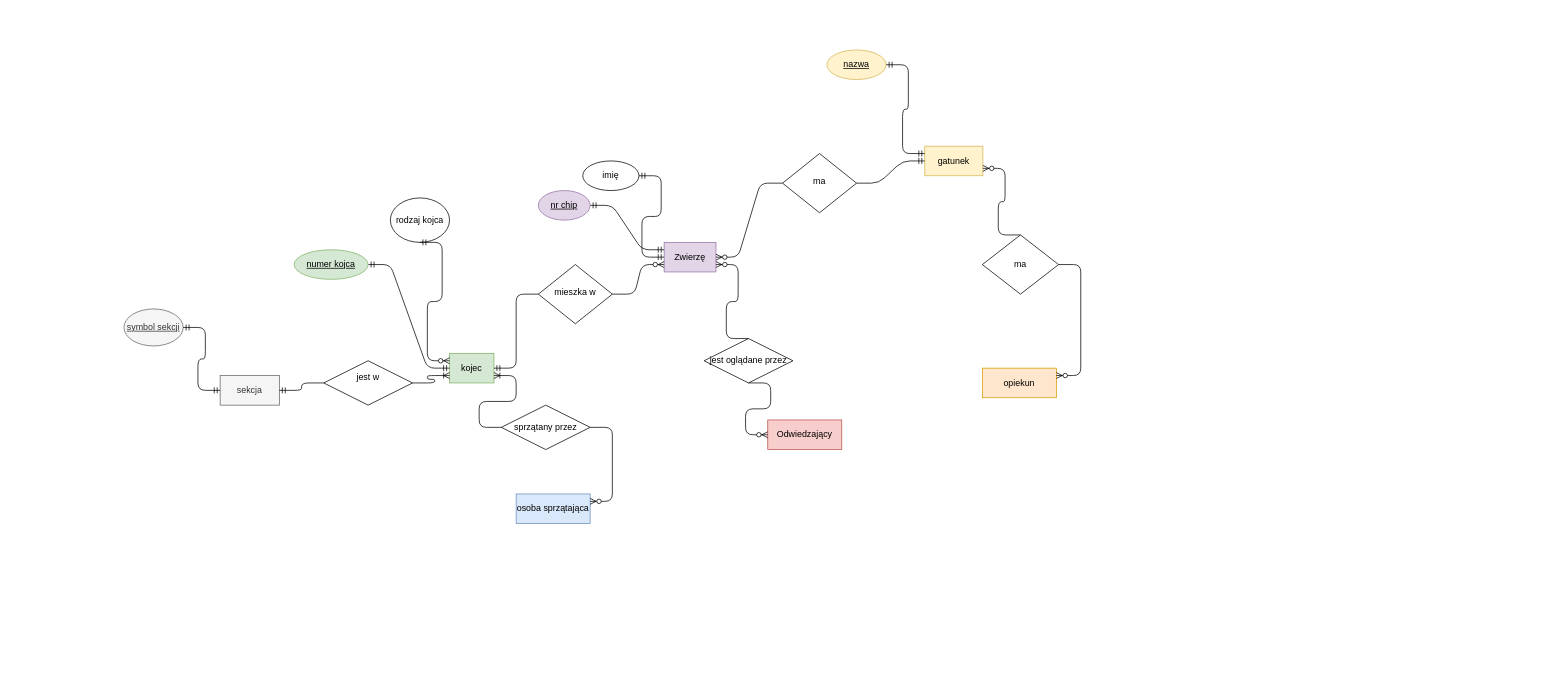
Taviii/RBD keeps this draw.io diagram as zooerd.drawio. Above is the earlier version. Source tidied: cells renumbered, new cells numbered last; positions are measured from the earlier drawing's top-left corner, leaving out a move shared by most shapes. Both pictures are drawn from the tidied source at 74%, with x=0, y=0 at pixel (124, 50).
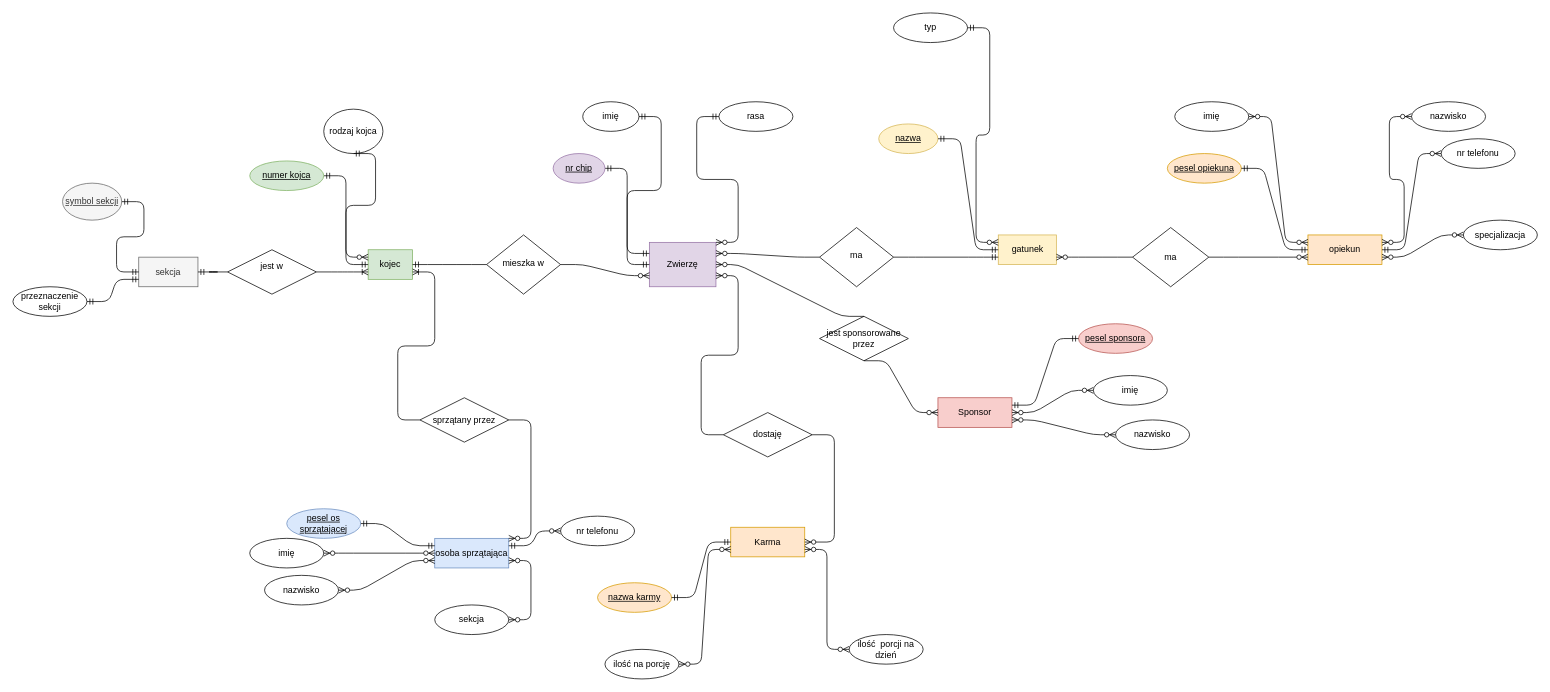
After the change.

Diff of the diagram source:
```diff
@@
     <mxCell id="2" value="mieszka w " style="rhombus;whiteSpace=wrap;html=1;shadow=0;fontFamily=Helvetica;fontSize=12;align=center;strokeWidth=1;spacing=6;spacingTop=-4;" parent="1" vertex="1">
-      <mxGeometry x="560" y="290" width="100" height="80" as="geometry" />
+      <mxGeometry x="490" y="250" width="100" height="80" as="geometry" />
     </mxCell>
     <mxCell id="3" value="ma" style="rhombus;whiteSpace=wrap;html=1;shadow=0;fontFamily=Helvetica;fontSize=12;align=center;strokeWidth=1;spacing=6;spacingTop=-4;" parent="1" vertex="1">
-      <mxGeometry x="890" y="140" width="100" height="80" as="geometry" />
+      <mxGeometry x="940" y="240" width="100" height="80" as="geometry" />
     </mxCell>
     <mxCell id="4" value="ma" style="rhombus;whiteSpace=wrap;html=1;" parent="1" vertex="1">
-      <mxGeometry x="1160" y="250" width="103" height="80" as="geometry" />
+      <mxGeometry x="1363" y="240" width="103" height="80" as="geometry" />
     </mxCell>
     <mxCell id="5" value="Zwierzę" style="rounded=0;whiteSpace=wrap;html=1;fillColor=#e1d5e7;strokeColor=#9673a6;" parent="1" vertex="1">
-      <mxGeometry x="730" y="260" width="70" height="40" as="geometry" />
+      <mxGeometry x="710" y="260" width="90" height="60" as="geometry" />
     </mxCell>
     <mxCell id="6" value="kojec" style="rounded=0;whiteSpace=wrap;html=1;fillColor=#d5e8d4;strokeColor=#82b366;" parent="1" vertex="1">
-      <mxGeometry x="440" y="410" width="60" height="40" as="geometry" />
+      <mxGeometry x="330" y="270" width="60" height="40" as="geometry" />
     </mxCell>
@@
     <mxCell id="8" value="sekcja" style="rounded=0;whiteSpace=wrap;html=1;fillColor=#f5f5f5;strokeColor=#666666;fontColor=#333333;" parent="1" vertex="1">
-      <mxGeometry x="130" y="440" width="80" height="40" as="geometry" />
+      <mxGeometry x="20" y="280" width="80" height="40" as="geometry" />
     </mxCell>
@@
     <mxCell id="10" value="imię" style="ellipse;whiteSpace=wrap;html=1;" parent="1" vertex="1">
-      <mxGeometry x="620" y="150" width="76" height="40" as="geometry" />
+      <mxGeometry x="620" y="70" width="76" height="40" as="geometry" />
     </mxCell>
@@
     <mxCell id="14" value="rodzaj kojca" style="ellipse;whiteSpace=wrap;html=1;" parent="1" vertex="1">
-      <mxGeometry x="360" y="200" width="80" height="60" as="geometry" />
+      <mxGeometry x="270" y="80" width="80" height="60" as="geometry" />
     </mxCell>
     <mxCell id="15" value="gatunek" style="rounded=0;whiteSpace=wrap;html=1;fillColor=#fff2cc;strokeColor=#d6b656;" parent="1" vertex="1">
-      <mxGeometry x="1082.2" y="130" width="78.5" height="40" as="geometry" />
+      <mxGeometry x="1181.5" y="250" width="78.5" height="40" as="geometry" />
     </mxCell>
-    <mxCell id="16" style="edgeStyle=entityRelationEdgeStyle;fontSize=12;html=1;endArrow=ERzeroToMany;endFill=1;entryX=1;entryY=0.5;entryDx=0;entryDy=0;exitX=0;exitY=0.5;exitDx=0;exitDy=0;" parent="1" edge="1" source="3" target="5">
+    <mxCell id="16" style="edgeStyle=entityRelationEdgeStyle;fontSize=12;html=1;endArrow=ERzeroToMany;endFill=1;exitX=0;exitY=0.5;exitDx=0;exitDy=0;entryX=1;entryY=0.25;entryDx=0;entryDy=0;" parent="1" edge="1" source="3" target="5">
       <mxGeometry relative="1" as="geometry" />
     </mxCell>
-    <mxCell id="17" style="edgeStyle=entityRelationEdgeStyle;fontSize=12;html=1;endArrow=ERzeroToMany;endFill=1;exitX=0.5;exitY=0;exitDx=0;exitDy=0;entryX=1;entryY=0.75;entryDx=0;entryDy=0;" parent="1" edge="1" source="4" target="15">
+    <mxCell id="17" style="edgeStyle=entityRelationEdgeStyle;fontSize=12;html=1;endArrow=ERzeroToMany;endFill=1;exitX=0;exitY=0.5;exitDx=0;exitDy=0;entryX=1;entryY=0.75;entryDx=0;entryDy=0;" parent="1" edge="1" source="4" target="15">
       <mxGeometry relative="1" as="geometry" />
     </mxCell>
     <mxCell id="18" value="&lt;div&gt;jest w&lt;/div&gt;&lt;div&gt;&lt;br&gt;&lt;/div&gt;" style="shape=rhombus;perimeter=rhombusPerimeter;whiteSpace=wrap;html=1;align=center;" parent="1" vertex="1">
-      <mxGeometry x="270" y="420" width="120" height="60" as="geometry" />
+      <mxGeometry x="140" y="270" width="120" height="60" as="geometry" />
     </mxCell>
     <mxCell id="19" value="opiekun" style="whiteSpace=wrap;html=1;align=center;fillColor=#ffe6cc;strokeColor=#d79b00;" parent="1" vertex="1">
-      <mxGeometry x="1160" y="430" width="100" height="40" as="geometry" />
+      <mxGeometry x="1600" y="250" width="100" height="40" as="geometry" />
     </mxCell>
-    <mxCell id="20" value="Odwiedzający" style="whiteSpace=wrap;html=1;align=center;fillColor=#f8cecc;strokeColor=#b85450;" parent="1" vertex="1">
-      <mxGeometry x="870" y="500" width="100" height="40" as="geometry" />
+    <mxCell id="20" value="Sponsor" style="whiteSpace=wrap;html=1;align=center;fillColor=#f8cecc;strokeColor=#b85450;" parent="1" vertex="1">
+      <mxGeometry x="1100" y="470" width="100" height="40" as="geometry" />
     </mxCell>
     <mxCell id="21" value="osoba sprzątająca" style="whiteSpace=wrap;html=1;align=center;fillColor=#dae8fc;strokeColor=#6c8ebf;" parent="1" vertex="1">
-      <mxGeometry x="530" y="600" width="100" height="40" as="geometry" />
+      <mxGeometry x="420" y="660" width="100" height="40" as="geometry" />
     </mxCell>
     <mxCell id="22" value="sprzątany przez" style="shape=rhombus;perimeter=rhombusPerimeter;whiteSpace=wrap;html=1;align=center;" parent="1" vertex="1">
-      <mxGeometry x="510" y="480" width="120" height="60" as="geometry" />
+      <mxGeometry x="400" y="470" width="120" height="60" as="geometry" />
     </mxCell>
@@
-    <mxCell id="24" style="edgeStyle=entityRelationEdgeStyle;fontSize=12;html=1;endArrow=ERzeroToMany;endFill=1;exitX=1;exitY=0.5;exitDx=0;exitDy=0;entryX=1;entryY=0.25;entryDx=0;entryDy=0;" parent="1" edge="1" source="22" target="21">
+    <mxCell id="24" style="edgeStyle=entityRelationEdgeStyle;fontSize=12;html=1;endArrow=ERzeroToMany;endFill=1;exitX=1;exitY=0.5;exitDx=0;exitDy=0;entryX=1;entryY=0;entryDx=0;entryDy=0;" parent="1" edge="1" source="22" target="21">
       <mxGeometry relative="1" as="geometry" />
     </mxCell>
-    <mxCell id="25" style="edgeStyle=entityRelationEdgeStyle;fontSize=12;html=1;endArrow=ERzeroToMany;endFill=1;entryX=1;entryY=0.25;entryDx=0;entryDy=0;" parent="1" edge="1" source="4" target="19">
+    <mxCell id="25" style="edgeStyle=entityRelationEdgeStyle;fontSize=12;html=1;endArrow=ERzeroToMany;endFill=1;entryX=0;entryY=0.75;entryDx=0;entryDy=0;" parent="1" edge="1" source="4" target="19">
       <mxGeometry relative="1" as="geometry" />
     </mxCell>
@@
-    <mxCell id="27" style="edgeStyle=entityRelationEdgeStyle;fontSize=12;html=1;endArrow=ERmandOne;entryX=0;entryY=0.5;entryDx=0;entryDy=0;exitX=1;exitY=0.5;exitDx=0;exitDy=0;" parent="1" edge="1" source="3" target="15">
+    <mxCell id="27" style="edgeStyle=entityRelationEdgeStyle;fontSize=12;html=1;endArrow=ERmandOne;entryX=0;entryY=0.75;entryDx=0;entryDy=0;exitX=1;exitY=0.5;exitDx=0;exitDy=0;" parent="1" edge="1" source="3" target="15">
       <mxGeometry relative="1" as="geometry" />
     </mxCell>
@@
-    <mxCell id="29" value="jest oglądane przez" style="shape=rhombus;perimeter=rhombusPerimeter;whiteSpace=wrap;html=1;align=center;" parent="1" vertex="1">
-      <mxGeometry x="784" y="390" width="120" height="60" as="geometry" />
+    <mxCell id="29" value="jest sponsorowane przez" style="shape=rhombus;perimeter=rhombusPerimeter;whiteSpace=wrap;html=1;align=center;" parent="1" vertex="1">
+      <mxGeometry x="940" y="360" width="120" height="60" as="geometry" />
     </mxCell>
-    <mxCell id="30" style="edgeStyle=entityRelationEdgeStyle;fontSize=12;html=1;endArrow=ERzeroToMany;endFill=1;entryX=1;entryY=0.75;entryDx=0;entryDy=0;exitX=0.5;exitY=0;exitDx=0;exitDy=0;" parent="1" edge="1" source="29" target="5">
+    <mxCell id="30" style="edgeStyle=entityRelationEdgeStyle;fontSize=12;html=1;endArrow=ERzeroToMany;endFill=1;exitX=0.5;exitY=0;exitDx=0;exitDy=0;entryX=1;entryY=0.5;entryDx=0;entryDy=0;" parent="1" edge="1" source="29" target="5">
       <mxGeometry relative="1" as="geometry" />
     </mxCell>
@@
     <mxCell id="33" value="numer kojca" style="ellipse;whiteSpace=wrap;html=1;align=center;fontStyle=4;fillColor=#d5e8d4;strokeColor=#82b366;" parent="1" vertex="1">
-      <mxGeometry x="230" y="270" width="100" height="40" as="geometry" />
+      <mxGeometry x="170" y="150" width="100" height="40" as="geometry" />
     </mxCell>
     <mxCell id="34" value="nr chip" style="ellipse;whiteSpace=wrap;html=1;align=center;fontStyle=4;fillColor=#e1d5e7;strokeColor=#9673a6;" parent="1" vertex="1">
-      <mxGeometry x="560" y="190" width="70" height="40" as="geometry" />
+      <mxGeometry x="580" y="140" width="70" height="40" as="geometry" />
     </mxCell>
     <mxCell id="35" value="symbol sekcji" style="ellipse;whiteSpace=wrap;html=1;align=center;fontStyle=4;fillColor=#f5f5f5;strokeColor=#666666;fontColor=#333333;" parent="1" vertex="1">
-      <mxGeometry y="350" width="80" height="50" as="geometry" />
+      <mxGeometry x="-83" y="180" width="80" height="50" as="geometry" />
     </mxCell>
@@
     <mxCell id="37" value="nazwa" style="ellipse;whiteSpace=wrap;html=1;align=center;fontStyle=4;fillColor=#fff2cc;strokeColor=#d6b656;" parent="1" vertex="1">
-      <mxGeometry x="950" width="80" height="40" as="geometry" />
+      <mxGeometry x="1020" y="100" width="80" height="40" as="geometry" />
     </mxCell>
-    <mxCell id="38" style="edgeStyle=entityRelationEdgeStyle;fontSize=12;html=1;endArrow=ERmandOne;startArrow=ERmandOne;entryX=1;entryY=0.5;entryDx=0;entryDy=0;exitX=0;exitY=0.25;exitDx=0;exitDy=0;" parent="1" edge="1" source="15" target="37">
+    <mxCell id="38" style="edgeStyle=entityRelationEdgeStyle;fontSize=12;html=1;endArrow=ERmandOne;startArrow=ERmandOne;entryX=1;entryY=0.5;entryDx=0;entryDy=0;exitX=0;exitY=0.5;exitDx=0;exitDy=0;" parent="1" edge="1" source="15" target="37">
       <mxGeometry relative="1" as="geometry" />
     </mxCell>
+    <mxCell id="39" value="typ" style="ellipse;whiteSpace=wrap;html=1;align=center;" parent="1" vertex="1">
+      <mxGeometry x="1040" y="-50" width="100" height="40" as="geometry" />
+    </mxCell>
+    <mxCell id="40" style="edgeStyle=entityRelationEdgeStyle;fontSize=12;html=1;endArrow=ERzeroToMany;startArrow=ERmandOne;exitX=1;exitY=0.5;exitDx=0;exitDy=0;entryX=0;entryY=0.25;entryDx=0;entryDy=0;" parent="1" edge="1" source="39" target="15">
+      <mxGeometry relative="1" as="geometry" />
+    </mxCell>
+    <mxCell id="41" value="rasa" style="ellipse;whiteSpace=wrap;html=1;align=center;" parent="1" vertex="1">
+      <mxGeometry x="804" y="70" width="100" height="40" as="geometry" />
+    </mxCell>
+    <mxCell id="42" style="edgeStyle=entityRelationEdgeStyle;fontSize=12;html=1;endArrow=ERzeroToMany;startArrow=ERmandOne;exitX=0;exitY=0.5;exitDx=0;exitDy=0;entryX=1;entryY=0;entryDx=0;entryDy=0;" parent="1" edge="1" source="41" target="5">
+      <mxGeometry relative="1" as="geometry" />
+    </mxCell>
+    <mxCell id="43" value="pesel opiekuna" style="ellipse;whiteSpace=wrap;html=1;align=center;fontStyle=4;fillColor=#ffe6cc;strokeColor=#d79b00;" parent="1" vertex="1">
+      <mxGeometry x="1410" y="140" width="100" height="40" as="geometry" />
+    </mxCell>
+    <mxCell id="44" style="edgeStyle=entityRelationEdgeStyle;fontSize=12;html=1;endArrow=ERmandOne;startArrow=ERmandOne;entryX=1;entryY=0.5;entryDx=0;entryDy=0;exitX=0;exitY=0.5;exitDx=0;exitDy=0;" parent="1" edge="1" source="19" target="43">
+      <mxGeometry relative="1" as="geometry" />
+    </mxCell>
+    <mxCell id="45" value="imię" style="ellipse;whiteSpace=wrap;html=1;align=center;" parent="1" vertex="1">
+      <mxGeometry x="1420" y="70" width="100" height="40" as="geometry" />
+    </mxCell>
+    <mxCell id="46" value="nazwisko" style="ellipse;whiteSpace=wrap;html=1;align=center;" parent="1" vertex="1">
+      <mxGeometry x="1740" y="70" width="100" height="40" as="geometry" />
+    </mxCell>
+    <mxCell id="47" value="nr telefonu" style="ellipse;whiteSpace=wrap;html=1;align=center;" parent="1" vertex="1">
+      <mxGeometry x="1780" y="120" width="100" height="40" as="geometry" />
+    </mxCell>
+    <mxCell id="48" value="specjalizacja" style="ellipse;whiteSpace=wrap;html=1;align=center;" parent="1" vertex="1">
+      <mxGeometry x="1810" y="230" width="100" height="40" as="geometry" />
+    </mxCell>
+    <mxCell id="49" style="edgeStyle=entityRelationEdgeStyle;fontSize=12;html=1;endArrow=ERzeroToMany;endFill=1;startArrow=ERzeroToMany;entryX=1;entryY=0.5;entryDx=0;entryDy=0;exitX=0;exitY=0.25;exitDx=0;exitDy=0;" parent="1" edge="1" source="19" target="45">
+      <mxGeometry relative="1" as="geometry" />
+    </mxCell>
+    <mxCell id="50" style="edgeStyle=entityRelationEdgeStyle;fontSize=12;html=1;endArrow=ERzeroToMany;endFill=1;startArrow=ERzeroToMany;entryX=0;entryY=0.5;entryDx=0;entryDy=0;exitX=1;exitY=0.25;exitDx=0;exitDy=0;" parent="1" edge="1" source="19" target="46">
+      <mxGeometry relative="1" as="geometry" />
+    </mxCell>
+    <mxCell id="51" style="edgeStyle=entityRelationEdgeStyle;fontSize=12;html=1;endArrow=ERzeroToMany;startArrow=ERmandOne;entryX=0;entryY=0.5;entryDx=0;entryDy=0;" parent="1" edge="1" source="19" target="47">
+      <mxGeometry relative="1" as="geometry" />
+    </mxCell>
+    <mxCell id="52" style="edgeStyle=entityRelationEdgeStyle;fontSize=12;html=1;endArrow=ERzeroToMany;endFill=1;startArrow=ERzeroToMany;entryX=0;entryY=0.5;entryDx=0;entryDy=0;exitX=1;exitY=0.75;exitDx=0;exitDy=0;" parent="1" edge="1" source="19" target="48">
+      <mxGeometry relative="1" as="geometry" />
+    </mxCell>
+    <mxCell id="53" value="Karma" style="whiteSpace=wrap;html=1;align=center;fillColor=#ffe6cc;strokeColor=#d79b00;" parent="1" vertex="1">
+      <mxGeometry x="820" y="645" width="100" height="40" as="geometry" />
+    </mxCell>
+    <mxCell id="54" value="dostaję" style="shape=rhombus;perimeter=rhombusPerimeter;whiteSpace=wrap;html=1;align=center;" parent="1" vertex="1">
+      <mxGeometry x="810" y="490" width="120" height="60" as="geometry" />
+    </mxCell>
+    <mxCell id="55" style="edgeStyle=entityRelationEdgeStyle;fontSize=12;html=1;endArrow=ERzeroToMany;endFill=1;entryX=1;entryY=0.75;entryDx=0;entryDy=0;exitX=0;exitY=0.5;exitDx=0;exitDy=0;" parent="1" edge="1" source="54" target="5">
+      <mxGeometry relative="1" as="geometry" />
+    </mxCell>
+    <mxCell id="56" style="edgeStyle=entityRelationEdgeStyle;fontSize=12;html=1;endArrow=ERzeroToMany;endFill=1;entryX=1;entryY=0.5;entryDx=0;entryDy=0;" parent="1" edge="1" source="54" target="53">
+      <mxGeometry relative="1" as="geometry" />
+    </mxCell>
+    <mxCell id="57" value="pesel sponsora" style="ellipse;whiteSpace=wrap;html=1;align=center;fontStyle=4;fillColor=#f8cecc;strokeColor=#b85450;" parent="1" vertex="1">
+      <mxGeometry x="1290" y="370" width="100" height="40" as="geometry" />
+    </mxCell>
+    <mxCell id="58" value="imię" style="ellipse;whiteSpace=wrap;html=1;align=center;" parent="1" vertex="1">
+      <mxGeometry x="1310" y="440" width="100" height="40" as="geometry" />
+    </mxCell>
+    <mxCell id="59" value="nazwisko" style="ellipse;whiteSpace=wrap;html=1;align=center;" parent="1" vertex="1">
+      <mxGeometry x="1340" y="500" width="100" height="40" as="geometry" />
+    </mxCell>
+    <mxCell id="60" style="edgeStyle=entityRelationEdgeStyle;fontSize=12;html=1;endArrow=ERmandOne;startArrow=ERmandOne;entryX=0;entryY=0.5;entryDx=0;entryDy=0;exitX=1;exitY=0.25;exitDx=0;exitDy=0;" parent="1" edge="1" source="20" target="57">
+      <mxGeometry relative="1" as="geometry" />
+    </mxCell>
+    <mxCell id="61" style="edgeStyle=entityRelationEdgeStyle;fontSize=12;html=1;endArrow=ERzeroToMany;endFill=1;startArrow=ERzeroToMany;entryX=0;entryY=0.5;entryDx=0;entryDy=0;exitX=1;exitY=0.5;exitDx=0;exitDy=0;" parent="1" edge="1" source="20" target="58">
+      <mxGeometry relative="1" as="geometry" />
+    </mxCell>
+    <mxCell id="62" style="edgeStyle=entityRelationEdgeStyle;fontSize=12;html=1;endArrow=ERzeroToMany;endFill=1;startArrow=ERzeroToMany;entryX=0;entryY=0.5;entryDx=0;entryDy=0;exitX=1;exitY=0.75;exitDx=0;exitDy=0;" parent="1" edge="1" source="20" target="59">
+      <mxGeometry relative="1" as="geometry" />
+    </mxCell>
+    <mxCell id="63" value="nazwa karmy" style="ellipse;whiteSpace=wrap;html=1;align=center;fontStyle=4;fillColor=#ffe6cc;strokeColor=#d79b00;" parent="1" vertex="1">
+      <mxGeometry x="640" y="720" width="100" height="40" as="geometry" />
+    </mxCell>
+    <mxCell id="64" value="ilość na porcję" style="ellipse;whiteSpace=wrap;html=1;align=center;" parent="1" vertex="1">
+      <mxGeometry x="650" y="810" width="100" height="40" as="geometry" />
+    </mxCell>
+    <mxCell id="65" value="ilość&amp;nbsp; porcji na dzień" style="ellipse;whiteSpace=wrap;html=1;align=center;" parent="1" vertex="1">
+      <mxGeometry x="980" y="790" width="100" height="40" as="geometry" />
+    </mxCell>
+    <mxCell id="66" style="edgeStyle=entityRelationEdgeStyle;fontSize=12;html=1;endArrow=ERmandOne;startArrow=ERmandOne;entryX=0;entryY=0.5;entryDx=0;entryDy=0;exitX=1;exitY=0.5;exitDx=0;exitDy=0;" parent="1" edge="1" source="63" target="53">
+      <mxGeometry relative="1" as="geometry" />
+    </mxCell>
+    <mxCell id="67" style="edgeStyle=entityRelationEdgeStyle;fontSize=12;html=1;endArrow=ERzeroToMany;endFill=1;startArrow=ERzeroToMany;entryX=0;entryY=0.75;entryDx=0;entryDy=0;exitX=1;exitY=0.5;exitDx=0;exitDy=0;" parent="1" edge="1" source="64" target="53">
+      <mxGeometry relative="1" as="geometry" />
+    </mxCell>
+    <mxCell id="68" style="edgeStyle=entityRelationEdgeStyle;fontSize=12;html=1;endArrow=ERzeroToMany;endFill=1;startArrow=ERzeroToMany;entryX=1;entryY=0.75;entryDx=0;entryDy=0;exitX=0;exitY=0.5;exitDx=0;exitDy=0;" parent="1" edge="1" source="65" target="53">
+      <mxGeometry relative="1" as="geometry" />
+    </mxCell>
+    <mxCell id="69" value="pesel os sprzątającej" style="ellipse;whiteSpace=wrap;html=1;align=center;fontStyle=4;fillColor=#dae8fc;strokeColor=#6c8ebf;" parent="1" vertex="1">
+      <mxGeometry x="220" y="620" width="100" height="40" as="geometry" />
+    </mxCell>
+    <mxCell id="70" value="imię" style="ellipse;whiteSpace=wrap;html=1;align=center;" parent="1" vertex="1">
+      <mxGeometry x="170" y="660" width="100" height="40" as="geometry" />
+    </mxCell>
+    <mxCell id="71" value="nazwisko" style="ellipse;whiteSpace=wrap;html=1;align=center;" parent="1" vertex="1">
+      <mxGeometry x="190" y="710" width="100" height="40" as="geometry" />
+    </mxCell>
+    <mxCell id="72" value="nr telefonu" style="ellipse;whiteSpace=wrap;html=1;align=center;" parent="1" vertex="1">
+      <mxGeometry x="590" y="630" width="100" height="40" as="geometry" />
+    </mxCell>
+    <mxCell id="73" value="sekcja" style="ellipse;whiteSpace=wrap;html=1;align=center;" parent="1" vertex="1">
+      <mxGeometry x="420" y="750" width="100" height="40" as="geometry" />
+    </mxCell>
+    <mxCell id="74" style="edgeStyle=entityRelationEdgeStyle;fontSize=12;html=1;endArrow=ERmandOne;startArrow=ERmandOne;entryX=1;entryY=0.5;entryDx=0;entryDy=0;exitX=0;exitY=0.25;exitDx=0;exitDy=0;" parent="1" edge="1" source="21" target="69">
+      <mxGeometry relative="1" as="geometry" />
+    </mxCell>
+    <mxCell id="75" style="edgeStyle=entityRelationEdgeStyle;fontSize=12;html=1;endArrow=ERzeroToMany;endFill=1;startArrow=ERzeroToMany;entryX=0;entryY=0.5;entryDx=0;entryDy=0;exitX=1;exitY=0.5;exitDx=0;exitDy=0;" parent="1" edge="1" source="70" target="21">
+      <mxGeometry relative="1" as="geometry" />
+    </mxCell>
+    <mxCell id="76" style="edgeStyle=entityRelationEdgeStyle;fontSize=12;html=1;endArrow=ERzeroToMany;endFill=1;startArrow=ERzeroToMany;entryX=0;entryY=0.75;entryDx=0;entryDy=0;exitX=1;exitY=0.5;exitDx=0;exitDy=0;" parent="1" edge="1" source="71" target="21">
+      <mxGeometry relative="1" as="geometry" />
+    </mxCell>
+    <mxCell id="77" style="edgeStyle=entityRelationEdgeStyle;fontSize=12;html=1;endArrow=ERzeroToMany;startArrow=ERmandOne;exitX=1;exitY=0.25;exitDx=0;exitDy=0;entryX=0;entryY=0.5;entryDx=0;entryDy=0;" parent="1" edge="1" source="21" target="72">
+      <mxGeometry relative="1" as="geometry" />
+    </mxCell>
+    <mxCell id="78" style="edgeStyle=entityRelationEdgeStyle;fontSize=12;html=1;endArrow=ERzeroToMany;endFill=1;startArrow=ERzeroToMany;exitX=1;exitY=0.75;exitDx=0;exitDy=0;entryX=1;entryY=0.5;entryDx=0;entryDy=0;" parent="1" edge="1" source="21" target="73">
+      <mxGeometry relative="1" as="geometry" />
+    </mxCell>
+    <mxCell id="79" value="przeznaczenie sekcji" style="ellipse;whiteSpace=wrap;html=1;align=center;" parent="1" vertex="1">
+      <mxGeometry x="-150" y="320" width="100" height="40" as="geometry" />
+    </mxCell>
+    <mxCell id="80" style="edgeStyle=entityRelationEdgeStyle;fontSize=12;html=1;endArrow=ERmandOne;startArrow=ERmandOne;entryX=0;entryY=0.75;entryDx=0;entryDy=0;exitX=1;exitY=0.5;exitDx=0;exitDy=0;" parent="1" edge="1" source="79" target="8">
+      <mxGeometry relative="1" as="geometry" />
+    </mxCell>
```
